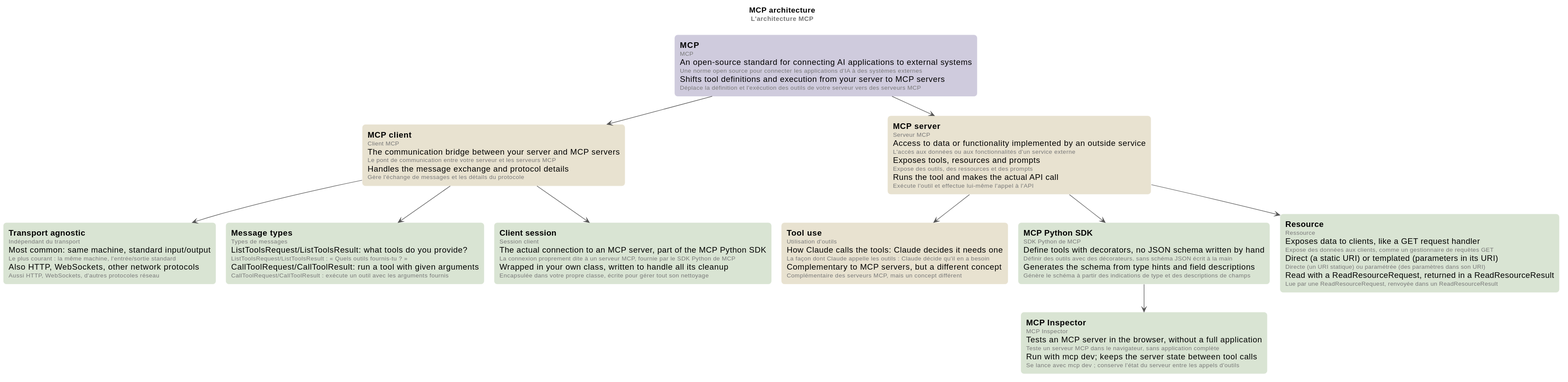
ltruchot/anthropic-academy-ai-glossary keeps this PlantUML diagram as 08-introduction-to-model-context-protocol/mindmap/mcp-architecture.svg. Above is the earlier version.
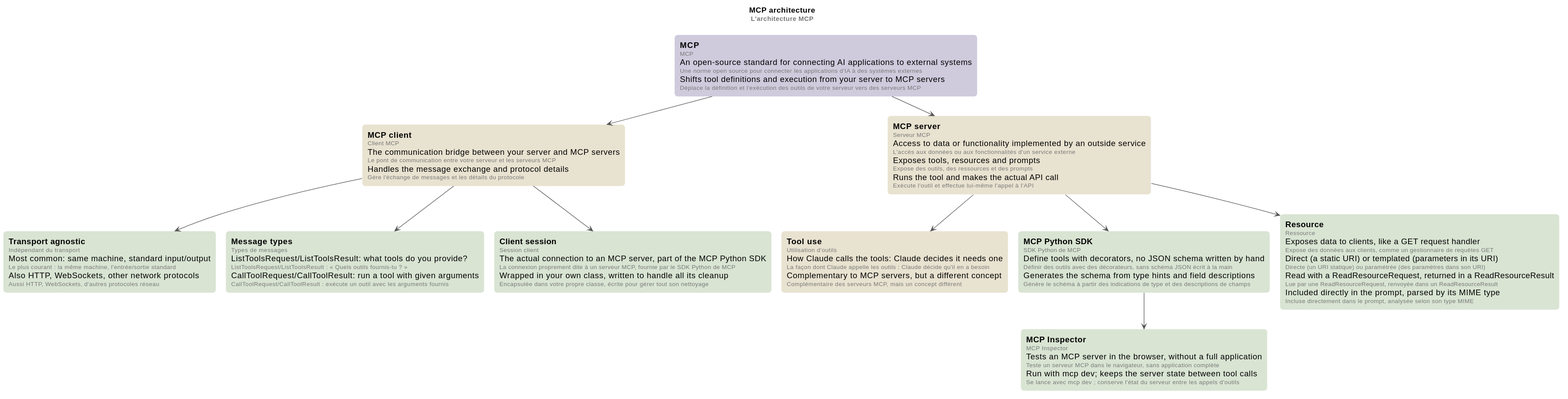
The same file after the commit.

Commit message:
docs: add the MIME type entry, resources read into the prompt

Change to the diagram source:
```diff
@@ -26,7 +26,7 @@
 rectangle "**MCP Python SDK**\n<size:11><color:#777>SDK Python de MCP</color></size>\nDefine tools with decorators, no JSON schema written by hand\n<size:11><color:#777>Définir des outils avec des décorateurs, sans schéma JSON écrit à la main</color></size>\nGenerates the schema from type hints and field descriptions\n<size:11><color:#777>Génère le schéma à partir des indications de type et des descriptions de champs</color></size>" as SDK #D9E4D3
 rectangle "**Client session**\n<size:11><color:#777>Session client</color></size>\nThe actual connection to an MCP server, part of the MCP Python SDK\n<size:11><color:#777>La connexion proprement dite à un serveur MCP, fournie par le SDK Python de MCP</color></size>\nWrapped in your own class, written to handle all its cleanup\n<size:11><color:#777>Encapsulée dans votre propre classe, écrite pour gérer tout son nettoyage</color></size>" as CS #D9E4D3
 rectangle "**MCP Inspector**\n<size:11><color:#777>MCP Inspector</color></size>\nTests an MCP server in the browser, without a full application\n<size:11><color:#777>Teste un serveur MCP dans le navigateur, sans application complète</color></size>\nRun with mcp dev; keeps the server state between tool calls\n<size:11><color:#777>Se lance avec mcp dev ; conserve l'état du serveur entre les appels d'outils</color></size>" as INS #D9E4D3
-rectangle "**Resource**\n<size:11><color:#777>Ressource</color></size>\nExposes data to clients, like a GET request handler\n<size:11><color:#777>Expose des données aux clients, comme un gestionnaire de requêtes GET</color></size>\nDirect (a static URI) or templated (parameters in its URI)\n<size:11><color:#777>Directe (un URI statique) ou paramétrée (des paramètres dans son URI)</color></size>\nRead with a ReadResourceRequest, returned in a ReadResourceResult\n<size:11><color:#777>Lue par une ReadResourceRequest, renvoyée dans un ReadResourceResult</color></size>" as RS #D9E4D3
+rectangle "**Resource**\n<size:11><color:#777>Ressource</color></size>\nExposes data to clients, like a GET request handler\n<size:11><color:#777>Expose des données aux clients, comme un gestionnaire de requêtes GET</color></size>\nDirect (a static URI) or templated (parameters in its URI)\n<size:11><color:#777>Directe (un URI statique) ou paramétrée (des paramètres dans son URI)</color></size>\nRead with a ReadResourceRequest, returned in a ReadResourceResult\n<size:11><color:#777>Lue par une ReadResourceRequest, renvoyée dans un ReadResourceResult</color></size>\nIncluded directly in the prompt, parsed by its MIME type\n<size:11><color:#777>Incluse directement dans le prompt, analysée selon son type MIME</color></size>" as RS #D9E4D3
 
 MCP --> CL
 MCP --> SV
```
